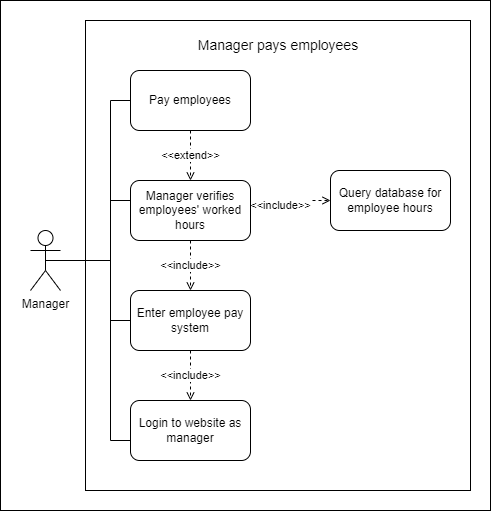
CS3450-Group9/Dans-AutoBarn keeps this draw.io diagram as docs/useCases/figs/UseCase3.png. Above is the earlier version. Source tidied: cells renumbered, new cells last; positions are measured from the earlier drawing's top-left corner, leaving out a move shared by most shapes. Its diagram source:
```xml
<mxGraphModel>
  <root>
    <mxCell id="0" />
    <mxCell id="1" parent="0" />
    <mxCell id="2" style="rounded=0;whiteSpace=wrap;html=1;" parent="1" vertex="1">
      <mxGeometry width="490" height="510" as="geometry" />
    </mxCell>
    <mxCell id="3" style="rounded=0;whiteSpace=wrap;html=1;" parent="1" vertex="1">
      <mxGeometry x="85" y="20" width="385" height="470" as="geometry" />
    </mxCell>
    <mxCell id="4" style="edgeStyle=none;rounded=0;orthogonalLoop=1;jettySize=auto;html=1;exitX=0.5;exitY=0;exitDx=0;exitDy=0;dashed=1;startArrow=open;startFill=0;endArrow=none;endFill=0;" parent="1" edge="1">
      <mxGeometry relative="1" as="geometry">
        <mxPoint x="350" y="90" as="sourcePoint" />
        <mxPoint x="350" y="90" as="targetPoint" />
      </mxGeometry>
    </mxCell>
    <mxCell id="5" style="edgeStyle=orthogonalEdgeStyle;rounded=0;jettySize=auto;html=1;exitX=0.5;exitY=0.5;exitDx=0;exitDy=0;exitPerimeter=0;entryX=0;entryY=0.5;entryDx=0;entryDy=0;endArrow=none;endFill=0;" parent="1" edge="1" source="9" target="15">
      <mxGeometry relative="1" as="geometry">
        <Array as="points">
          <mxPoint x="110" y="260" />
          <mxPoint x="110" y="320" />
        </Array>
      </mxGeometry>
    </mxCell>
    <mxCell id="6" style="edgeStyle=orthogonalEdgeStyle;rounded=0;jettySize=auto;html=1;exitX=0.5;exitY=0.5;exitDx=0;exitDy=0;exitPerimeter=0;entryX=0;entryY=0.5;entryDx=0;entryDy=0;endArrow=none;endFill=0;" parent="1" edge="1" source="9" target="13">
      <mxGeometry relative="1" as="geometry">
        <Array as="points">
          <mxPoint x="110" y="260" />
          <mxPoint x="110" y="200" />
        </Array>
      </mxGeometry>
    </mxCell>
    <mxCell id="7" style="edgeStyle=orthogonalEdgeStyle;rounded=0;jettySize=auto;html=1;exitX=0.5;exitY=0.5;exitDx=0;exitDy=0;exitPerimeter=0;entryX=0;entryY=0.5;entryDx=0;entryDy=0;endArrow=none;endFill=0;" parent="1" edge="1" source="9" target="18">
      <mxGeometry relative="1" as="geometry">
        <Array as="points">
          <mxPoint x="110" y="260" />
          <mxPoint x="110" y="100" />
        </Array>
      </mxGeometry>
    </mxCell>
    <mxCell id="8" style="edgeStyle=orthogonalEdgeStyle;rounded=0;jettySize=auto;html=1;exitX=0.5;exitY=0.5;exitDx=0;exitDy=0;exitPerimeter=0;entryX=0;entryY=0.5;entryDx=0;entryDy=0;endArrow=none;endFill=0;" parent="1" edge="1" source="9" target="16">
      <mxGeometry relative="1" as="geometry">
        <Array as="points">
          <mxPoint x="110" y="260" />
          <mxPoint x="110" y="440" />
        </Array>
      </mxGeometry>
    </mxCell>
    <mxCell id="9" value="Manager" style="shape=umlActor;verticalLabelPosition=bottom;verticalAlign=top;html=1;outlineConnect=0;" parent="1" vertex="1">
      <mxGeometry x="30" y="230" width="30" height="60" as="geometry" />
    </mxCell>
    <mxCell id="10" value="&lt;font style=&quot;font-size: 14px;&quot;&gt;Manager pays employees&lt;/font&gt;" style="text;whiteSpace=wrap;html=1;align=center;" parent="1" vertex="1">
      <mxGeometry x="177.5" y="30" width="200" height="40" as="geometry" />
    </mxCell>
    <mxCell id="11" value="&amp;lt;&amp;lt;include&amp;gt;&amp;gt;" style="edgeStyle=orthogonalEdgeStyle;rounded=0;jettySize=auto;html=1;exitX=0.5;exitY=1;exitDx=0;exitDy=0;entryX=0.5;entryY=0;entryDx=0;entryDy=0;dashed=1;endArrow=open;endFill=0;" parent="1" edge="1" source="13" target="15">
      <mxGeometry relative="1" as="geometry" />
    </mxCell>
    <mxCell id="12" value="&amp;lt;&amp;lt;include&amp;gt;&amp;gt;" style="edgeStyle=orthogonalEdgeStyle;rounded=0;jettySize=auto;html=1;exitX=1;exitY=0.5;exitDx=0;exitDy=0;entryX=0;entryY=0.5;entryDx=0;entryDy=0;endArrow=open;endFill=0;dashed=1;startArrow=none;startFill=0;" parent="1" edge="1" source="13" target="19">
      <mxGeometry y="10" relative="1" as="geometry" />
    </mxCell>
    <mxCell id="13" value="Manager verifies employees' worked hours" style="rounded=1;whiteSpace=wrap;html=1;" parent="1" vertex="1">
      <mxGeometry x="130" y="180" width="120" height="60" as="geometry" />
    </mxCell>
    <mxCell id="14" value="&amp;lt;&amp;lt;include&amp;gt;&amp;gt;" style="edgeStyle=orthogonalEdgeStyle;rounded=0;jettySize=auto;html=1;exitX=0.5;exitY=1;exitDx=0;exitDy=0;entryX=0.5;entryY=0;entryDx=0;entryDy=0;dashed=1;endArrow=open;endFill=0;" parent="1" edge="1" source="15" target="16">
      <mxGeometry relative="1" as="geometry" />
    </mxCell>
    <mxCell id="15" value="Enter employee pay system" style="rounded=1;whiteSpace=wrap;html=1;" parent="1" vertex="1">
      <mxGeometry x="130" y="290" width="120" height="60" as="geometry" />
    </mxCell>
    <mxCell id="16" value="Login to website as manager" style="rounded=1;whiteSpace=wrap;html=1;" parent="1" vertex="1">
      <mxGeometry x="130" y="400" width="120" height="60" as="geometry" />
    </mxCell>
    <mxCell id="17" value="&amp;lt;&amp;lt;extend&amp;gt;&amp;gt;" style="edgeStyle=orthogonalEdgeStyle;rounded=0;jettySize=auto;html=1;exitX=0.5;exitY=1;exitDx=0;exitDy=0;entryX=0.5;entryY=0;entryDx=0;entryDy=0;dashed=1;endArrow=open;endFill=0;" parent="1" edge="1" source="18" target="13">
      <mxGeometry relative="1" as="geometry" />
    </mxCell>
    <mxCell id="18" value="Pay employees" style="rounded=1;whiteSpace=wrap;html=1;" parent="1" vertex="1">
      <mxGeometry x="130" y="70" width="120" height="60" as="geometry" />
    </mxCell>
    <mxCell id="19" value="Query database for employee hours" style="rounded=1;whiteSpace=wrap;html=1;" parent="1" vertex="1">
      <mxGeometry x="330" y="170" width="120" height="60" as="geometry" />
    </mxCell>
  </root>
</mxGraphModel>
```
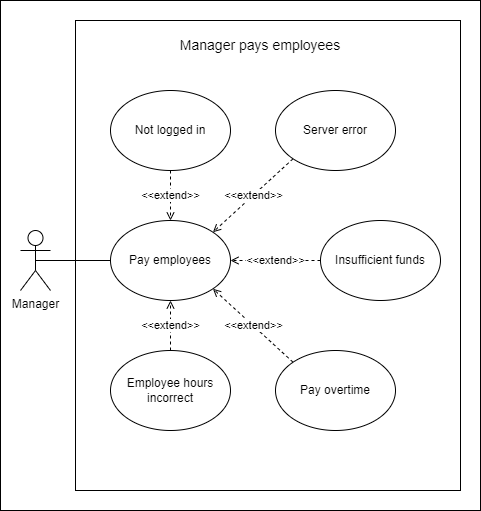
After the change.

Commit message:
Use case diagrams completed

What changed in the source:
```diff
@@ -3,7 +3,7 @@
     <mxCell id="0" />
     <mxCell id="1" parent="0" />
     <mxCell id="2" style="rounded=0;whiteSpace=wrap;html=1;" parent="1" vertex="1">
-      <mxGeometry width="490" height="510" as="geometry" />
+      <mxGeometry x="10" width="480" height="510" as="geometry" />
     </mxCell>
     <mxCell id="3" style="rounded=0;whiteSpace=wrap;html=1;" parent="1" vertex="1">
       <mxGeometry x="85" y="20" width="385" height="470" as="geometry" />
@@ -14,70 +14,47 @@
         <mxPoint x="350" y="90" as="targetPoint" />
       </mxGeometry>
     </mxCell>
-    <mxCell id="5" style="edgeStyle=orthogonalEdgeStyle;rounded=0;jettySize=auto;html=1;exitX=0.5;exitY=0.5;exitDx=0;exitDy=0;exitPerimeter=0;entryX=0;entryY=0.5;entryDx=0;entryDy=0;endArrow=none;endFill=0;" parent="1" edge="1" source="9" target="15">
-      <mxGeometry relative="1" as="geometry">
-        <Array as="points">
-          <mxPoint x="110" y="260" />
-          <mxPoint x="110" y="320" />
-        </Array>
-      </mxGeometry>
-    </mxCell>
-    <mxCell id="6" style="edgeStyle=orthogonalEdgeStyle;rounded=0;jettySize=auto;html=1;exitX=0.5;exitY=0.5;exitDx=0;exitDy=0;exitPerimeter=0;entryX=0;entryY=0.5;entryDx=0;entryDy=0;endArrow=none;endFill=0;" parent="1" edge="1" source="9" target="13">
-      <mxGeometry relative="1" as="geometry">
-        <Array as="points">
-          <mxPoint x="110" y="260" />
-          <mxPoint x="110" y="200" />
-        </Array>
-      </mxGeometry>
-    </mxCell>
-    <mxCell id="7" style="edgeStyle=orthogonalEdgeStyle;rounded=0;jettySize=auto;html=1;exitX=0.5;exitY=0.5;exitDx=0;exitDy=0;exitPerimeter=0;entryX=0;entryY=0.5;entryDx=0;entryDy=0;endArrow=none;endFill=0;" parent="1" edge="1" source="9" target="18">
-      <mxGeometry relative="1" as="geometry">
-        <Array as="points">
-          <mxPoint x="110" y="260" />
-          <mxPoint x="110" y="100" />
-        </Array>
-      </mxGeometry>
+    <mxCell id="7" style="edgeStyle=none;rounded=0;jettySize=auto;html=1;exitX=0.5;exitY=0.5;exitDx=0;exitDy=0;exitPerimeter=0;entryX=0;entryY=0.5;entryDx=0;entryDy=0;startArrow=none;startFill=0;endArrow=none;endFill=0;" parent="1" edge="1" source="9" target="18">
+      <mxGeometry relative="1" as="geometry" />
     </mxCell>
-    <mxCell id="8" style="edgeStyle=orthogonalEdgeStyle;rounded=0;jettySize=auto;html=1;exitX=0.5;exitY=0.5;exitDx=0;exitDy=0;exitPerimeter=0;entryX=0;entryY=0.5;entryDx=0;entryDy=0;endArrow=none;endFill=0;" parent="1" edge="1" source="9" target="16">
-      <mxGeometry relative="1" as="geometry">
-        <Array as="points">
-          <mxPoint x="110" y="260" />
-          <mxPoint x="110" y="440" />
-        </Array>
-      </mxGeometry>
-    </mxCell>
     <mxCell id="9" value="Manager" style="shape=umlActor;verticalLabelPosition=bottom;verticalAlign=top;html=1;outlineConnect=0;" parent="1" vertex="1">
       <mxGeometry x="30" y="230" width="30" height="60" as="geometry" />
     </mxCell>
     <mxCell id="10" value="&lt;font style=&quot;font-size: 14px;&quot;&gt;Manager pays employees&lt;/font&gt;" style="text;whiteSpace=wrap;html=1;align=center;" parent="1" vertex="1">
-      <mxGeometry x="177.5" y="30" width="200" height="40" as="geometry" />
+      <mxGeometry x="170" y="30" width="200" height="40" as="geometry" />
     </mxCell>
-    <mxCell id="11" value="&amp;lt;&amp;lt;include&amp;gt;&amp;gt;" style="edgeStyle=orthogonalEdgeStyle;rounded=0;jettySize=auto;html=1;exitX=0.5;exitY=1;exitDx=0;exitDy=0;entryX=0.5;entryY=0;entryDx=0;entryDy=0;dashed=1;endArrow=open;endFill=0;" parent="1" edge="1" source="13" target="15">
-      <mxGeometry relative="1" as="geometry" />
-    </mxCell>
-    <mxCell id="12" value="&amp;lt;&amp;lt;include&amp;gt;&amp;gt;" style="edgeStyle=orthogonalEdgeStyle;rounded=0;jettySize=auto;html=1;exitX=1;exitY=0.5;exitDx=0;exitDy=0;entryX=0;entryY=0.5;entryDx=0;entryDy=0;endArrow=open;endFill=0;dashed=1;startArrow=none;startFill=0;" parent="1" edge="1" source="13" target="19">
-      <mxGeometry y="10" relative="1" as="geometry" />
-    </mxCell>
-    <mxCell id="13" value="Manager verifies employees' worked hours" style="rounded=1;whiteSpace=wrap;html=1;" parent="1" vertex="1">
-      <mxGeometry x="130" y="180" width="120" height="60" as="geometry" />
-    </mxCell>
-    <mxCell id="14" value="&amp;lt;&amp;lt;include&amp;gt;&amp;gt;" style="edgeStyle=orthogonalEdgeStyle;rounded=0;jettySize=auto;html=1;exitX=0.5;exitY=1;exitDx=0;exitDy=0;entryX=0.5;entryY=0;entryDx=0;entryDy=0;dashed=1;endArrow=open;endFill=0;" parent="1" edge="1" source="15" target="16">
-      <mxGeometry relative="1" as="geometry" />
-    </mxCell>
-    <mxCell id="15" value="Enter employee pay system" style="rounded=1;whiteSpace=wrap;html=1;" parent="1" vertex="1">
-      <mxGeometry x="130" y="290" width="120" height="60" as="geometry" />
-    </mxCell>
-    <mxCell id="16" value="Login to website as manager" style="rounded=1;whiteSpace=wrap;html=1;" parent="1" vertex="1">
-      <mxGeometry x="130" y="400" width="120" height="60" as="geometry" />
-    </mxCell>
-    <mxCell id="17" value="&amp;lt;&amp;lt;extend&amp;gt;&amp;gt;" style="edgeStyle=orthogonalEdgeStyle;rounded=0;jettySize=auto;html=1;exitX=0.5;exitY=1;exitDx=0;exitDy=0;entryX=0.5;entryY=0;entryDx=0;entryDy=0;dashed=1;endArrow=open;endFill=0;" parent="1" edge="1" source="18" target="13">
-      <mxGeometry relative="1" as="geometry" />
-    </mxCell>
-    <mxCell id="18" value="Pay employees" style="rounded=1;whiteSpace=wrap;html=1;" parent="1" vertex="1">
-      <mxGeometry x="130" y="70" width="120" height="60" as="geometry" />
+    <mxCell id="18" value="Pay employees" style="ellipse;whiteSpace=wrap;html=1;" parent="1" vertex="1">
+      <mxGeometry x="120" y="220" width="120" height="80" as="geometry" />
     </mxCell>
-    <mxCell id="19" value="Query database for employee hours" style="rounded=1;whiteSpace=wrap;html=1;" parent="1" vertex="1">
-      <mxGeometry x="330" y="170" width="120" height="60" as="geometry" />
-    </mxCell>
+    <mxCell id="20" value="&amp;lt;&amp;lt;extend&amp;gt;&amp;gt;" style="edgeStyle=none;rounded=0;jettySize=auto;html=1;exitX=0.5;exitY=1;exitDx=0;exitDy=0;entryX=0.5;entryY=0;entryDx=0;entryDy=0;startArrow=none;startFill=0;endArrow=open;endFill=0;dashed=1;" parent="1" edge="1" source="21" target="18">
+      <mxGeometry relative="1" as="geometry" />
+    </mxCell>
+    <mxCell id="21" value="Not logged in" style="ellipse;whiteSpace=wrap;html=1;" parent="1" vertex="1">
+      <mxGeometry x="120" y="90" width="120" height="80" as="geometry" />
+    </mxCell>
+    <mxCell id="22" value="&amp;lt;&amp;lt;extend&amp;gt;&amp;gt;" style="edgeStyle=none;rounded=0;jettySize=auto;html=1;exitX=0.5;exitY=0;exitDx=0;exitDy=0;entryX=0.5;entryY=1;entryDx=0;entryDy=0;dashed=1;startArrow=none;startFill=0;endArrow=open;endFill=0;" parent="1" edge="1" source="23" target="18">
+      <mxGeometry relative="1" as="geometry" />
+    </mxCell>
+    <mxCell id="23" value="Employee hours incorrect" style="ellipse;whiteSpace=wrap;html=1;" parent="1" vertex="1">
+      <mxGeometry x="120" y="350" width="120" height="80" as="geometry" />
+    </mxCell>
+    <mxCell id="24" value="&amp;lt;&amp;lt;extend&amp;gt;&amp;gt;" style="edgeStyle=none;rounded=0;jettySize=auto;html=1;exitX=0;exitY=1;exitDx=0;exitDy=0;entryX=1;entryY=0;entryDx=0;entryDy=0;dashed=1;startArrow=none;startFill=0;endArrow=open;endFill=0;" parent="1" edge="1" source="25" target="18">
+      <mxGeometry relative="1" as="geometry" />
+    </mxCell>
+    <mxCell id="25" value="Server error" style="ellipse;whiteSpace=wrap;html=1;" parent="1" vertex="1">
+      <mxGeometry x="285" y="90" width="120" height="80" as="geometry" />
+    </mxCell>
+    <mxCell id="26" value="&amp;lt;&amp;lt;extend&amp;gt;&amp;gt;" style="edgeStyle=none;rounded=0;jettySize=auto;html=1;exitX=0;exitY=0.5;exitDx=0;exitDy=0;entryX=1;entryY=0.5;entryDx=0;entryDy=0;dashed=1;startArrow=none;startFill=0;endArrow=open;endFill=0;" parent="1" edge="1" source="27" target="18">
+      <mxGeometry relative="1" as="geometry" />
+    </mxCell>
+    <mxCell id="27" value="Insufficient funds" style="ellipse;whiteSpace=wrap;html=1;" parent="1" vertex="1">
+      <mxGeometry x="330" y="220" width="120" height="80" as="geometry" />
+    </mxCell>
+    <mxCell id="28" value="&amp;lt;&amp;lt;extend&amp;gt;&amp;gt;" style="edgeStyle=none;rounded=0;jettySize=auto;html=1;exitX=0;exitY=0;exitDx=0;exitDy=0;entryX=1;entryY=1;entryDx=0;entryDy=0;dashed=1;startArrow=none;startFill=0;endArrow=open;endFill=0;" parent="1" edge="1" source="29" target="18">
+      <mxGeometry relative="1" as="geometry" />
+    </mxCell>
+    <mxCell id="29" value="Pay overtime" style="ellipse;whiteSpace=wrap;html=1;" parent="1" vertex="1">
+      <mxGeometry x="285" y="350" width="120" height="80" as="geometry" />
+    </mxCell>
   </root>
 </mxGraphModel>
```
